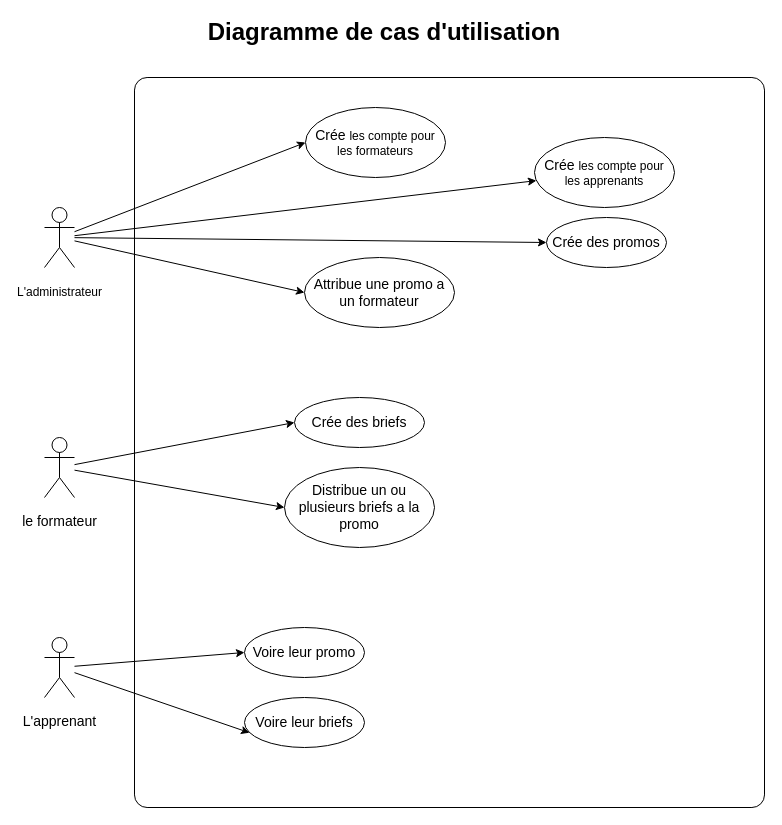
This is UML/cas d'utilisation Diagram.drawio from daalimouhcine/Java_Simplon_Clone, a draw.io file, before an edit. Source tidied: cells renumbered, new cells numbered last; positions are measured from the earlier drawing's top-left corner, leaving out a move shared by most shapes. Both pictures are drawn from the tidied source at 100%, with x=0, y=0 at pixel (44, 17).
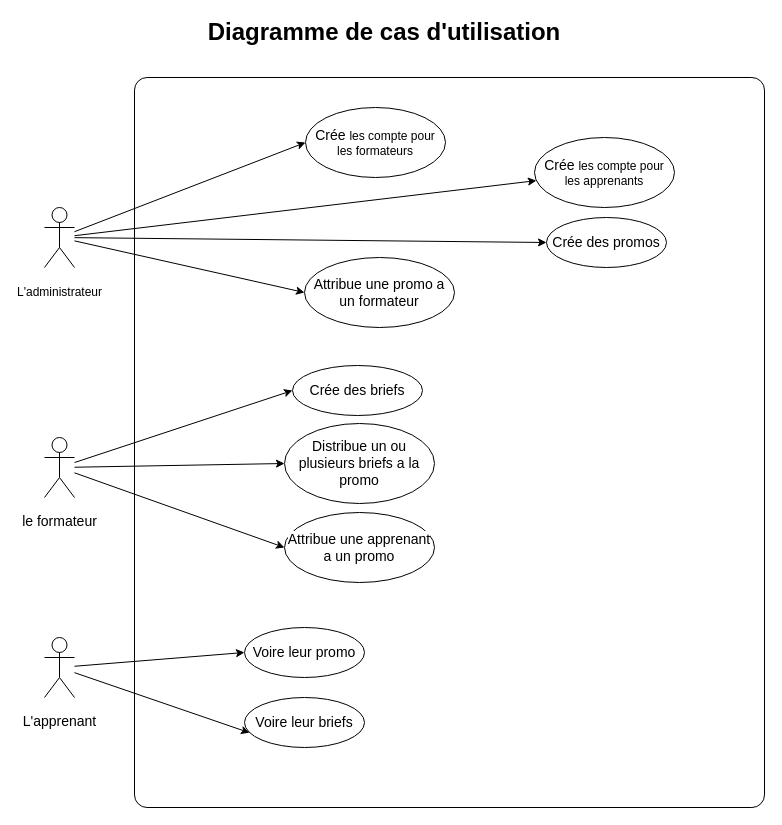
The same page after the edit.

Commit message:
modify the use case diagramme

Unchanged cells that the change refers to:
```xml
<mxCell id="11" value="&lt;span style=&quot;font-family: &amp;quot;Nunito Sans&amp;quot;, sans-serif; font-size: 14px; text-align: start; background-color: rgb(255, 255, 255);&quot;&gt;le formateur&lt;/span&gt;" style="shape=umlActor;verticalLabelPosition=bottom;verticalAlign=top;html=1;outlineConnect=0;fontSize=24;" parent="1" vertex="1">
  <mxGeometry y="420" width="30" height="60" as="geometry" />
</mxCell>
```

The edit, as a diff of the source:
```diff
@@
+    <mxCell id="23" style="rounded=0;jettySize=auto;html=1;entryX=0;entryY=0.5;entryDx=0;entryDy=0;" parent="1" edge="1" source="11" target="24">
+      <mxGeometry relative="1" as="geometry" />
+    </mxCell>
@@
     <mxCell id="19" value="&lt;span style=&quot;font-family: &amp;quot;Nunito Sans&amp;quot;, sans-serif; font-size: 14px; text-align: start; background-color: rgb(255, 255, 255);&quot;&gt;Crée des briefs&lt;/span&gt;" style="ellipse;whiteSpace=wrap;html=1;fontSize=12;" parent="1" vertex="1">
-      <mxGeometry x="250" y="380" width="130" height="50" as="geometry" />
+      <mxGeometry x="248" y="348" width="130" height="50" as="geometry" />
     </mxCell>
     <mxCell id="20" value="&lt;span style=&quot;font-family: &amp;quot;Nunito Sans&amp;quot;, sans-serif; font-size: 14px; text-align: start; background-color: rgb(255, 255, 255);&quot;&gt;Distribue un ou plusieurs briefs a la promo&lt;/span&gt;" style="ellipse;whiteSpace=wrap;html=1;fontSize=12;" parent="1" vertex="1">
-      <mxGeometry x="240" y="450" width="150" height="80" as="geometry" />
+      <mxGeometry x="240" y="406" width="150" height="80" as="geometry" />
     </mxCell>
@@
+    <mxCell id="24" value="&lt;div style=&quot;&quot;&gt;&lt;span style=&quot;font-family: &amp;quot;Nunito Sans&amp;quot;, sans-serif; font-size: 14px; background-color: rgb(255, 255, 255);&quot;&gt;Attribue une apprenant a un promo&lt;/span&gt;&lt;br&gt;&lt;/div&gt;" style="ellipse;whiteSpace=wrap;html=1;fontSize=12;" parent="1" vertex="1">
+      <mxGeometry x="240" y="495" width="150" height="70" as="geometry" />
+    </mxCell>
```
